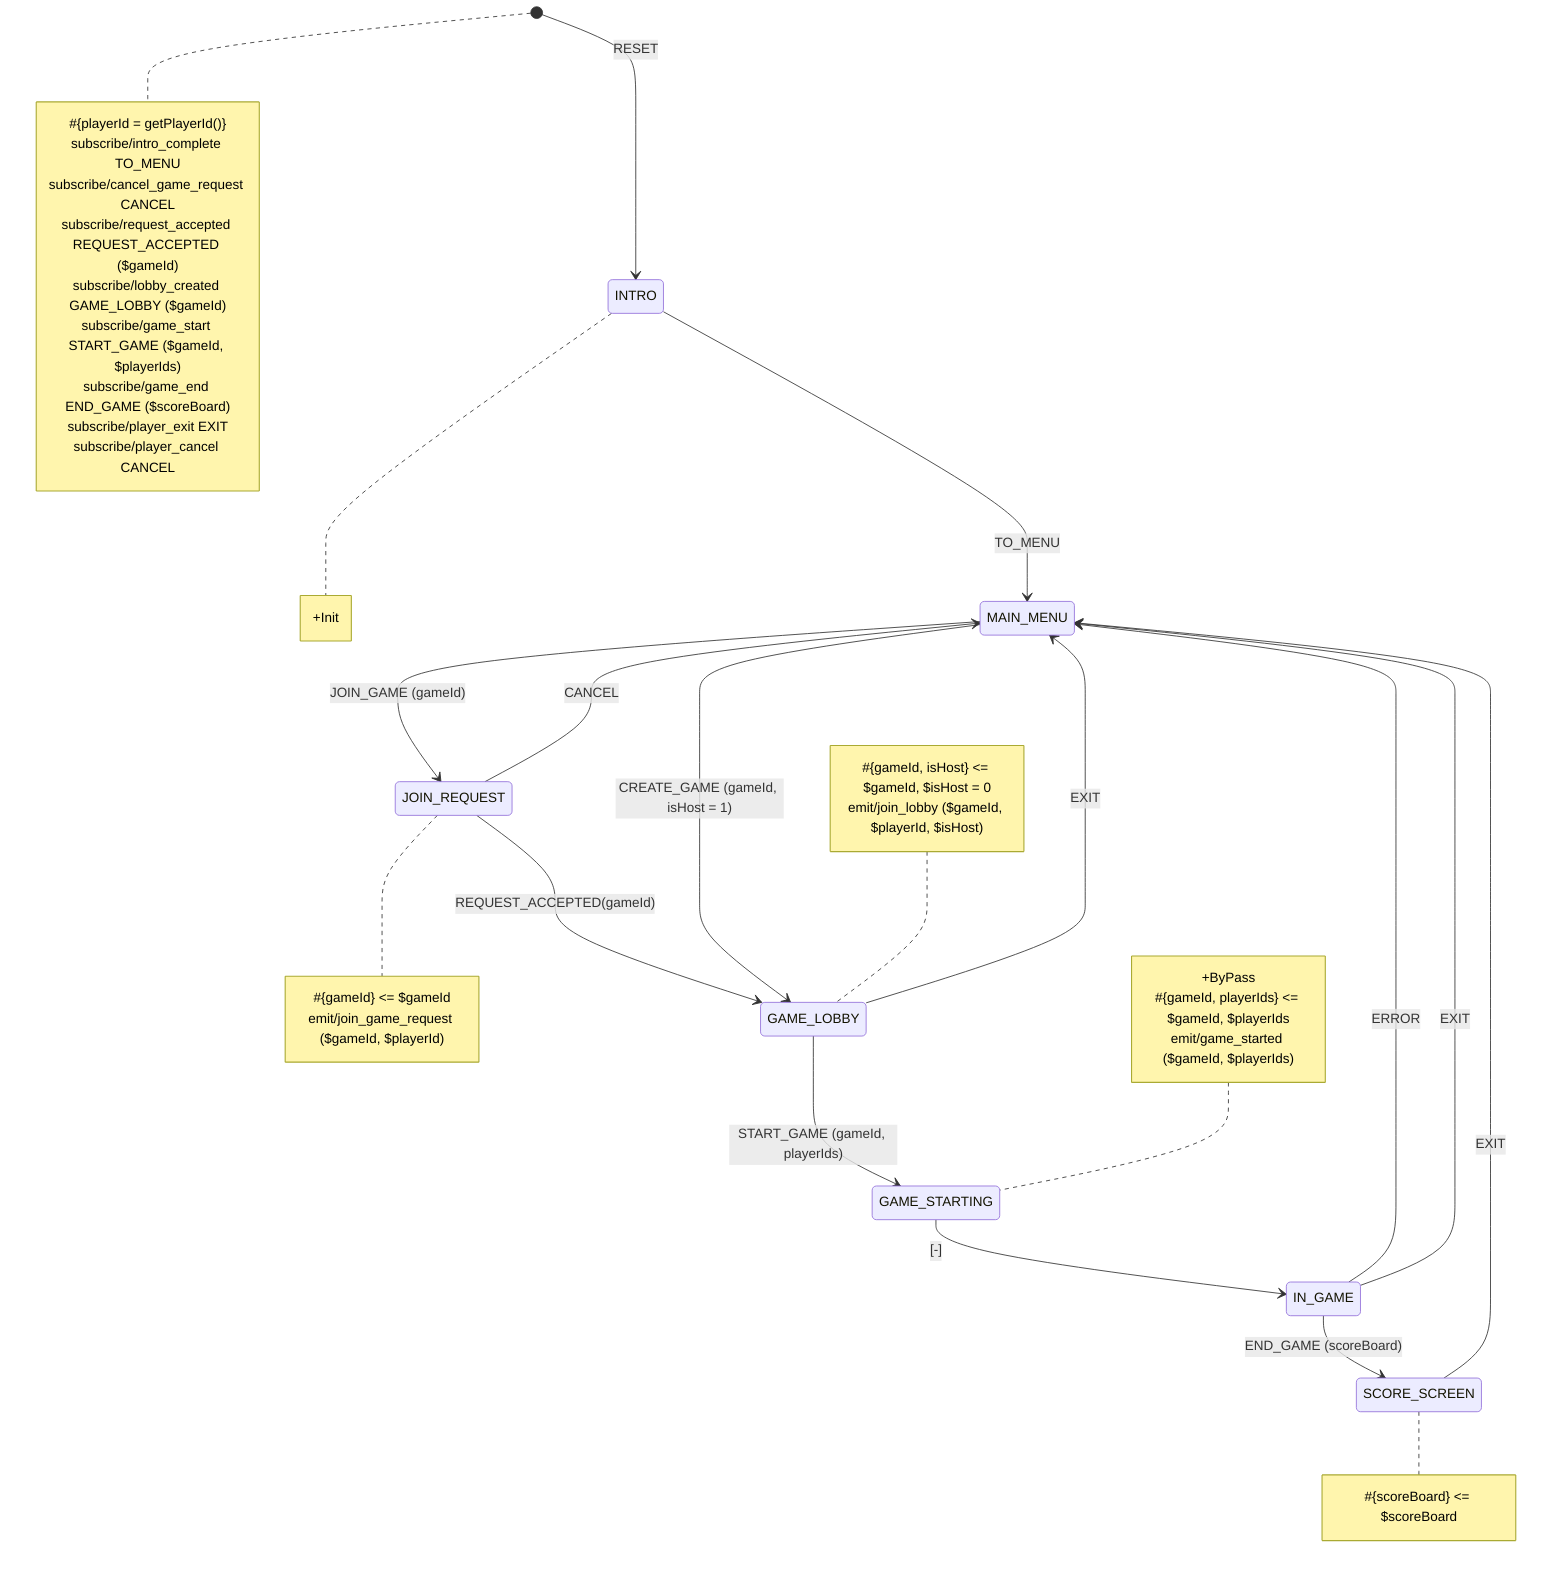
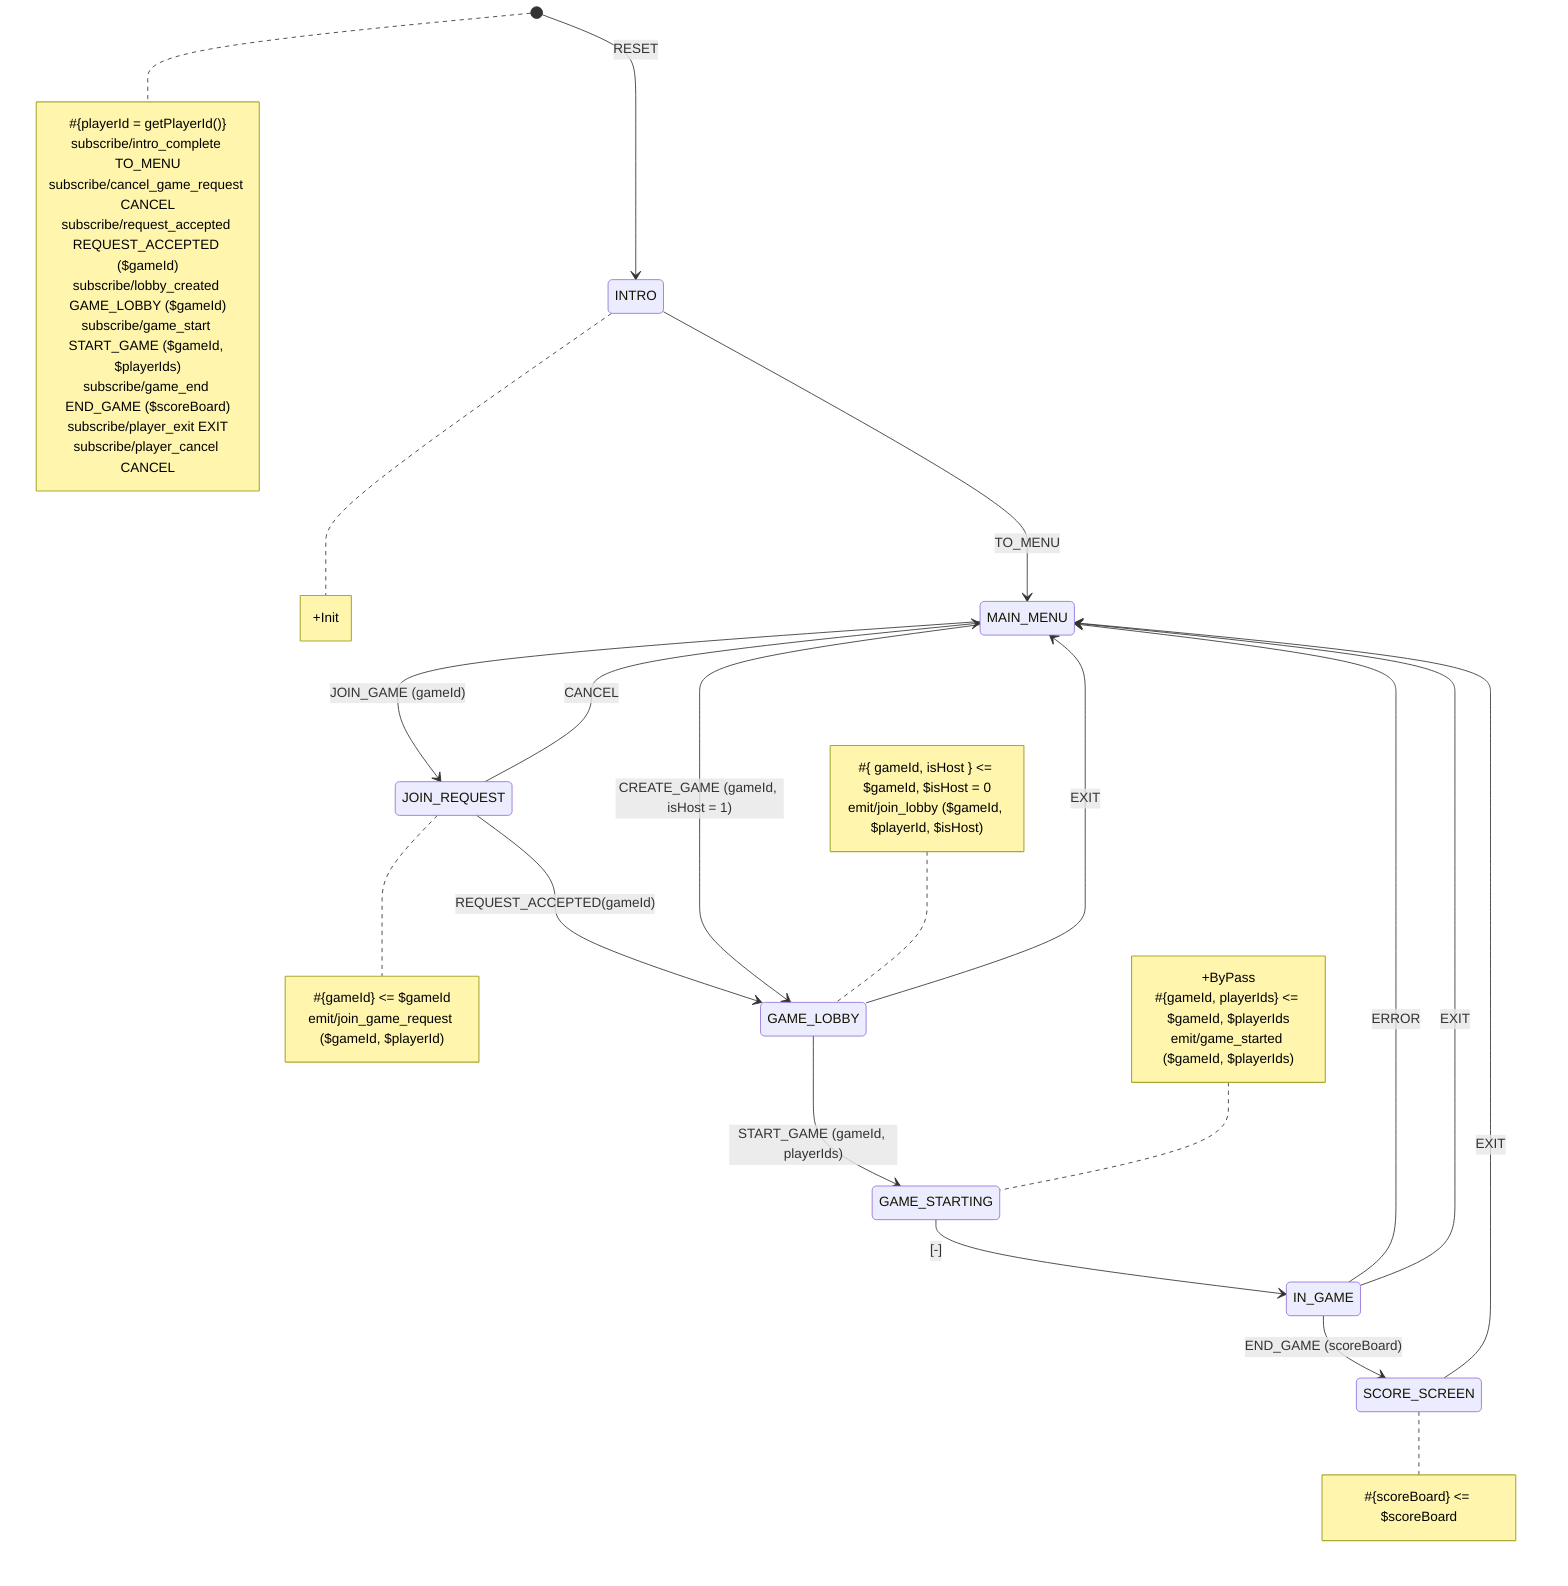
stateDiagram-v2
    [*] --> INTRO: RESET
    INTRO --> MAIN_MENU: TO_MENU
    GAME_LOBBY --> MAIN_MENU: EXIT
    MAIN_MENU --> JOIN_REQUEST: JOIN_GAME (gameId)
    JOIN_REQUEST --> MAIN_MENU: CANCEL
    JOIN_REQUEST --> GAME_LOBBY: REQUEST_ACCEPTED(gameId)
    MAIN_MENU --> GAME_LOBBY: CREATE_GAME (gameId, isHost = 1)
    GAME_LOBBY --> GAME_STARTING: START_GAME (gameId, playerIds)
    GAME_STARTING --> IN_GAME: [-]
    IN_GAME --> SCORE_SCREEN: END_GAME (scoreBoard)
    IN_GAME --> MAIN_MENU: ERROR
    IN_GAME --> MAIN_MENU: EXIT
    SCORE_SCREEN --> MAIN_MENU: EXIT

note right of [*]
#{playerId = getPlayerId()}
subscribe/intro_complete TO_MENU
subscribe/cancel_game_request CANCEL
subscribe/request_accepted REQUEST_ACCEPTED ($gameId)
subscribe/lobby_created GAME_LOBBY ($gameId)
subscribe/game_start START_GAME ($gameId, $playerIds)
subscribe/game_end END_GAME ($scoreBoard)
subscribe/player_exit EXIT
subscribe/player_cancel CANCEL
end note

note right of INTRO
+Init
end note

note left of GAME_LOBBY
- #{gameId, isHost} <= $gameId, $isHost = 0
+ #{ gameId, isHost } <= $gameId, $isHost = 0
emit/join_lobby ($gameId, $playerId, $isHost)
end note

note right of JOIN_REQUEST
#{gameId} <= $gameId
emit/join_game_request ($gameId, $playerId)
end note
note left of GAME_STARTING
+ByPass
#{gameId, playerIds} <= $gameId, $playerIds
emit/game_started ($gameId, $playerIds)
end note
note right of SCORE_SCREEN
#{scoreBoard} <= $scoreBoard
end note
